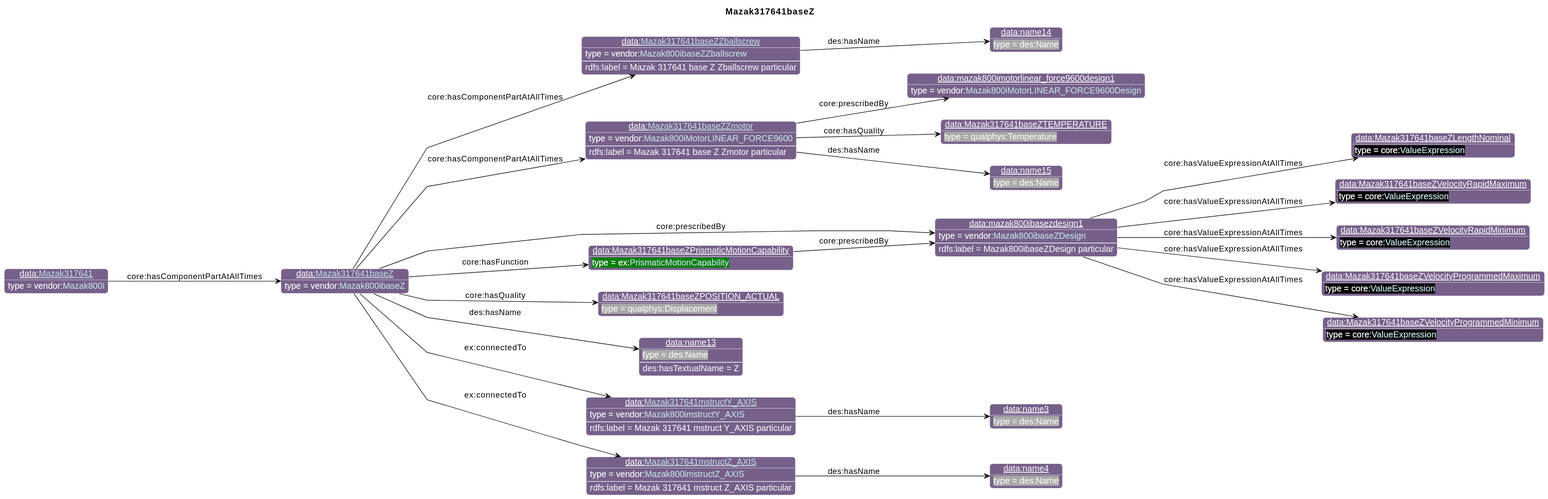
The PlantUML diagram diagrams/Mazak317641baseZ.svg in iofoundry/example-syseng-mtconnect, before a commit. The source it was exported from:
```plantuml
@startuml
!include ../iof.iuml

<style>
object {
  HyperlinkColor #C4E1E6
}
</style>

left to right direction
skinparam linetype polyline
title Mazak317641baseZ

!$default_direction = down

!$namespace_colors = { "bfo":"DFA702",
                      "iof":"1E90FF",
                      "ns":"Green",
                      "ns1":"76608A",
                      "core":"000000",
                      "ex":"Green",
                      "data":"76608A",
                      "vendor":"76608A",
                      "units":"8A2D3B",
                      "cmns-dsg":"3A0519",
                      "qp":"641B2E"
      }
individual(o0, data:[[./Mazak317641baseZ.html Mazak317641baseZ]], vendor:[[../Mazak.html#Mazak800ibaseZ Mazak800ibaseZ]])
individual(o1, data:[[./Mazak317641baseZZballscrew.html Mazak317641baseZZballscrew]], vendor:[[../Mazak.html#Mazak800ibaseZZballscrew Mazak800ibaseZZballscrew]])
individual(o2, data:name14, des:Name)
individual(o3, data:[[./Mazak317641baseZZmotor.html Mazak317641baseZZmotor]], vendor:[[../Mazak.html#Mazak800iMotorLINEAR_FORCE9600 Mazak800iMotorLINEAR_FORCE9600]])
individual(o4, data:mazak800imotorlinear_force9600design1, vendor:[[../Mazak.html#Mazak800iMotorLINEAR_FORCE9600Design Mazak800iMotorLINEAR_FORCE9600Design]])
individual(o5, data:Mazak317641baseZTEMPERATURE, qualphys:Temperature)
individual(o6, data:name15, des:Name)
individual(o7, data:mazak800ibasezdesign1, vendor:[[../Mazak.html#Mazak800ibaseZDesign Mazak800ibaseZDesign]])
individual(o8, data:Mazak317641baseZLengthNominal, core:[[https://spec.industrialontologies.org/ontology/core/Core/ValueExpression ValueExpression]])
individual(o9, data:Mazak317641baseZVelocityRapidMaximum, core:[[https://spec.industrialontologies.org/ontology/core/Core/ValueExpression ValueExpression]])
individual(o10, data:Mazak317641baseZVelocityRapidMinimum, core:[[https://spec.industrialontologies.org/ontology/core/Core/ValueExpression ValueExpression]])
individual(o11, data:Mazak317641baseZVelocityProgrammedMaximum, core:[[https://spec.industrialontologies.org/ontology/core/Core/ValueExpression ValueExpression]])
individual(o12, data:Mazak317641baseZVelocityProgrammedMinimum, core:[[https://spec.industrialontologies.org/ontology/core/Core/ValueExpression ValueExpression]])
individual(o13, data:Mazak317641baseZPrismaticMotionCapability, ex:[[../Example.html#PrismaticMotionCapability PrismaticMotionCapability]])
individual(o14, data:Mazak317641baseZPOSITION_ACTUAL, qualphys:Displacement)
individual(o15, data:name13, des:Name)
individual(o16, data:[[./Mazak317641mstructY_AXIS.html Mazak317641mstructY_AXIS]], vendor:[[../Mazak.html#Mazak800imstructY_AXIS Mazak800imstructY_AXIS]])
individual(o17, data:name3, des:Name)
individual(o18, data:[[./Mazak317641mstructZ_AXIS.html Mazak317641mstructZ_AXIS]], vendor:[[../Mazak.html#Mazak800imstructZ_AXIS Mazak800imstructZ_AXIS]])
individual(o19, data:name4, des:Name)
individual(o20, data:[[./Mazak317641.html Mazak317641]], vendor:[[../Mazak.html#Mazak800i Mazak800i]])
property(o0, "core:hasComponentPartAtAllTimes", o1)
data(o1, "rdfs:label", "Mazak 317641 base Z Zballscrew particular")
property(o1, "des:hasName", o2)
property(o0, "core:hasComponentPartAtAllTimes", o3)
data(o3, "rdfs:label", "Mazak 317641 base Z Zmotor particular")
property(o3, "core:prescribedBy", o4)
property(o3, "core:hasQuality", o5)
property(o3, "des:hasName", o6)
property(o0, "core:prescribedBy", o7)
data(o7, "rdfs:label", "Mazak800ibaseZDesign particular")
property(o7, "core:hasValueExpressionAtAllTimes", o8)
property(o7, "core:hasValueExpressionAtAllTimes", o9)
property(o7, "core:hasValueExpressionAtAllTimes", o10)
property(o7, "core:hasValueExpressionAtAllTimes", o11)
property(o7, "core:hasValueExpressionAtAllTimes", o12)
property(o0, "core:hasFunction", o13)
property(o13, "core:prescribedBy", o7)
property(o0, "core:hasQuality", o14)
property(o0, "des:hasName", o15)
data(o15, "des:hasTextualName", "Z")
property(o0, "ex:connectedTo", o16)
data(o16, "rdfs:label", "Mazak 317641 mstruct Y_AXIS particular")
property(o16, "des:hasName", o17)
property(o0, "ex:connectedTo", o18)
data(o18, "rdfs:label", "Mazak 317641 mstruct Z_AXIS particular")
property(o18, "des:hasName", o19)
property(o20, "core:hasComponentPartAtAllTimes", o0)
@enduml
```
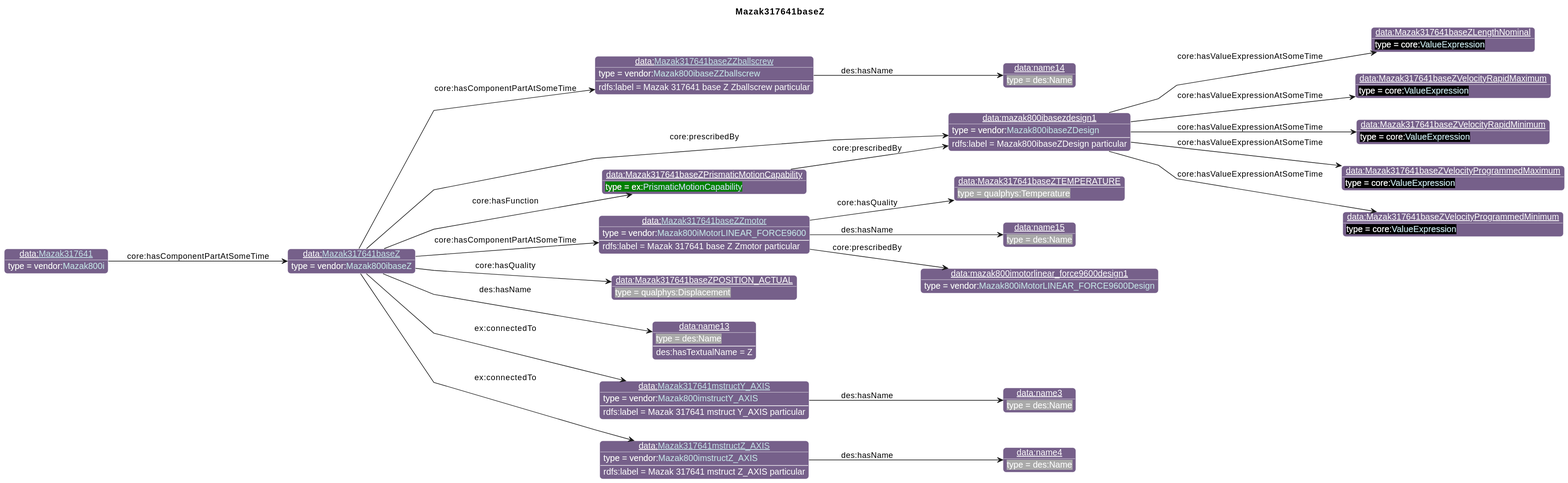
After the commit.

What changed in the source:
```diff
@@ -26,18 +26,18 @@
                       "qp":"641B2E"
       }
 individual(o0, data:[[./Mazak317641baseZ.html Mazak317641baseZ]], vendor:[[../Mazak.html#Mazak800ibaseZ Mazak800ibaseZ]])
-individual(o1, data:[[./Mazak317641baseZZballscrew.html Mazak317641baseZZballscrew]], vendor:[[../Mazak.html#Mazak800ibaseZZballscrew Mazak800ibaseZZballscrew]])
-individual(o2, data:name14, des:Name)
-individual(o3, data:[[./Mazak317641baseZZmotor.html Mazak317641baseZZmotor]], vendor:[[../Mazak.html#Mazak800iMotorLINEAR_FORCE9600 Mazak800iMotorLINEAR_FORCE9600]])
-individual(o4, data:mazak800imotorlinear_force9600design1, vendor:[[../Mazak.html#Mazak800iMotorLINEAR_FORCE9600Design Mazak800iMotorLINEAR_FORCE9600Design]])
-individual(o5, data:Mazak317641baseZTEMPERATURE, qualphys:Temperature)
-individual(o6, data:name15, des:Name)
-individual(o7, data:mazak800ibasezdesign1, vendor:[[../Mazak.html#Mazak800ibaseZDesign Mazak800ibaseZDesign]])
-individual(o8, data:Mazak317641baseZLengthNominal, core:[[https://spec.industrialontologies.org/ontology/core/Core/ValueExpression ValueExpression]])
-individual(o9, data:Mazak317641baseZVelocityRapidMaximum, core:[[https://spec.industrialontologies.org/ontology/core/Core/ValueExpression ValueExpression]])
-individual(o10, data:Mazak317641baseZVelocityRapidMinimum, core:[[https://spec.industrialontologies.org/ontology/core/Core/ValueExpression ValueExpression]])
-individual(o11, data:Mazak317641baseZVelocityProgrammedMaximum, core:[[https://spec.industrialontologies.org/ontology/core/Core/ValueExpression ValueExpression]])
-individual(o12, data:Mazak317641baseZVelocityProgrammedMinimum, core:[[https://spec.industrialontologies.org/ontology/core/Core/ValueExpression ValueExpression]])
+individual(o1, data:mazak800ibasezdesign1, vendor:[[../Mazak.html#Mazak800ibaseZDesign Mazak800ibaseZDesign]])
+individual(o2, data:Mazak317641baseZLengthNominal, core:[[https://spec.industrialontologies.org/ontology/core/Core/ValueExpression ValueExpression]])
+individual(o3, data:Mazak317641baseZVelocityRapidMaximum, core:[[https://spec.industrialontologies.org/ontology/core/Core/ValueExpression ValueExpression]])
+individual(o4, data:Mazak317641baseZVelocityRapidMinimum, core:[[https://spec.industrialontologies.org/ontology/core/Core/ValueExpression ValueExpression]])
+individual(o5, data:Mazak317641baseZVelocityProgrammedMaximum, core:[[https://spec.industrialontologies.org/ontology/core/Core/ValueExpression ValueExpression]])
+individual(o6, data:Mazak317641baseZVelocityProgrammedMinimum, core:[[https://spec.industrialontologies.org/ontology/core/Core/ValueExpression ValueExpression]])
+individual(o7, data:[[./Mazak317641baseZZballscrew.html Mazak317641baseZZballscrew]], vendor:[[../Mazak.html#Mazak800ibaseZZballscrew Mazak800ibaseZZballscrew]])
+individual(o8, data:name14, des:Name)
+individual(o9, data:[[./Mazak317641baseZZmotor.html Mazak317641baseZZmotor]], vendor:[[../Mazak.html#Mazak800iMotorLINEAR_FORCE9600 Mazak800iMotorLINEAR_FORCE9600]])
+individual(o10, data:mazak800imotorlinear_force9600design1, vendor:[[../Mazak.html#Mazak800iMotorLINEAR_FORCE9600Design Mazak800iMotorLINEAR_FORCE9600Design]])
+individual(o11, data:Mazak317641baseZTEMPERATURE, qualphys:Temperature)
+individual(o12, data:name15, des:Name)
 individual(o13, data:Mazak317641baseZPrismaticMotionCapability, ex:[[../Example.html#PrismaticMotionCapability PrismaticMotionCapability]])
 individual(o14, data:Mazak317641baseZPOSITION_ACTUAL, qualphys:Displacement)
 individual(o15, data:name13, des:Name)
@@ -46,23 +46,23 @@
 individual(o18, data:[[./Mazak317641mstructZ_AXIS.html Mazak317641mstructZ_AXIS]], vendor:[[../Mazak.html#Mazak800imstructZ_AXIS Mazak800imstructZ_AXIS]])
 individual(o19, data:name4, des:Name)
 individual(o20, data:[[./Mazak317641.html Mazak317641]], vendor:[[../Mazak.html#Mazak800i Mazak800i]])
-property(o0, "core:hasComponentPartAtAllTimes", o1)
-data(o1, "rdfs:label", "Mazak 317641 base Z Zballscrew particular")
-property(o1, "des:hasName", o2)
-property(o0, "core:hasComponentPartAtAllTimes", o3)
-data(o3, "rdfs:label", "Mazak 317641 base Z Zmotor particular")
-property(o3, "core:prescribedBy", o4)
-property(o3, "core:hasQuality", o5)
-property(o3, "des:hasName", o6)
-property(o0, "core:prescribedBy", o7)
-data(o7, "rdfs:label", "Mazak800ibaseZDesign particular")
-property(o7, "core:hasValueExpressionAtAllTimes", o8)
-property(o7, "core:hasValueExpressionAtAllTimes", o9)
-property(o7, "core:hasValueExpressionAtAllTimes", o10)
-property(o7, "core:hasValueExpressionAtAllTimes", o11)
-property(o7, "core:hasValueExpressionAtAllTimes", o12)
+property(o0, "core:prescribedBy", o1)
+data(o1, "rdfs:label", "Mazak800ibaseZDesign particular")
+property(o1, "core:hasValueExpressionAtSomeTime", o2)
+property(o1, "core:hasValueExpressionAtSomeTime", o3)
+property(o1, "core:hasValueExpressionAtSomeTime", o4)
+property(o1, "core:hasValueExpressionAtSomeTime", o5)
+property(o1, "core:hasValueExpressionAtSomeTime", o6)
+property(o0, "core:hasComponentPartAtSomeTime", o7)
+data(o7, "rdfs:label", "Mazak 317641 base Z Zballscrew particular")
+property(o7, "des:hasName", o8)
+property(o0, "core:hasComponentPartAtSomeTime", o9)
+data(o9, "rdfs:label", "Mazak 317641 base Z Zmotor particular")
+property(o9, "core:prescribedBy", o10)
+property(o9, "core:hasQuality", o11)
+property(o9, "des:hasName", o12)
 property(o0, "core:hasFunction", o13)
-property(o13, "core:prescribedBy", o7)
+property(o13, "core:prescribedBy", o1)
 property(o0, "core:hasQuality", o14)
 property(o0, "des:hasName", o15)
 data(o15, "des:hasTextualName", "Z")
@@ -72,5 +72,5 @@
 property(o0, "ex:connectedTo", o18)
 data(o18, "rdfs:label", "Mazak 317641 mstruct Z_AXIS particular")
 property(o18, "des:hasName", o19)
-property(o20, "core:hasComponentPartAtAllTimes", o0)
+property(o20, "core:hasComponentPartAtSomeTime", o0)
 @enduml
```
